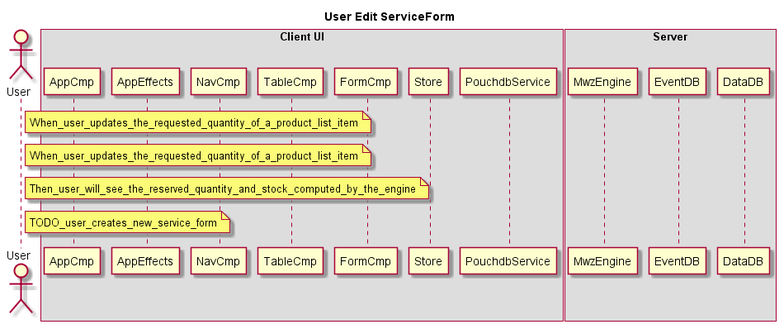
formuladb/poc1 keeps this PlantUML diagram as docs/img/docs/edit_flow.png. Above is the earlier version.
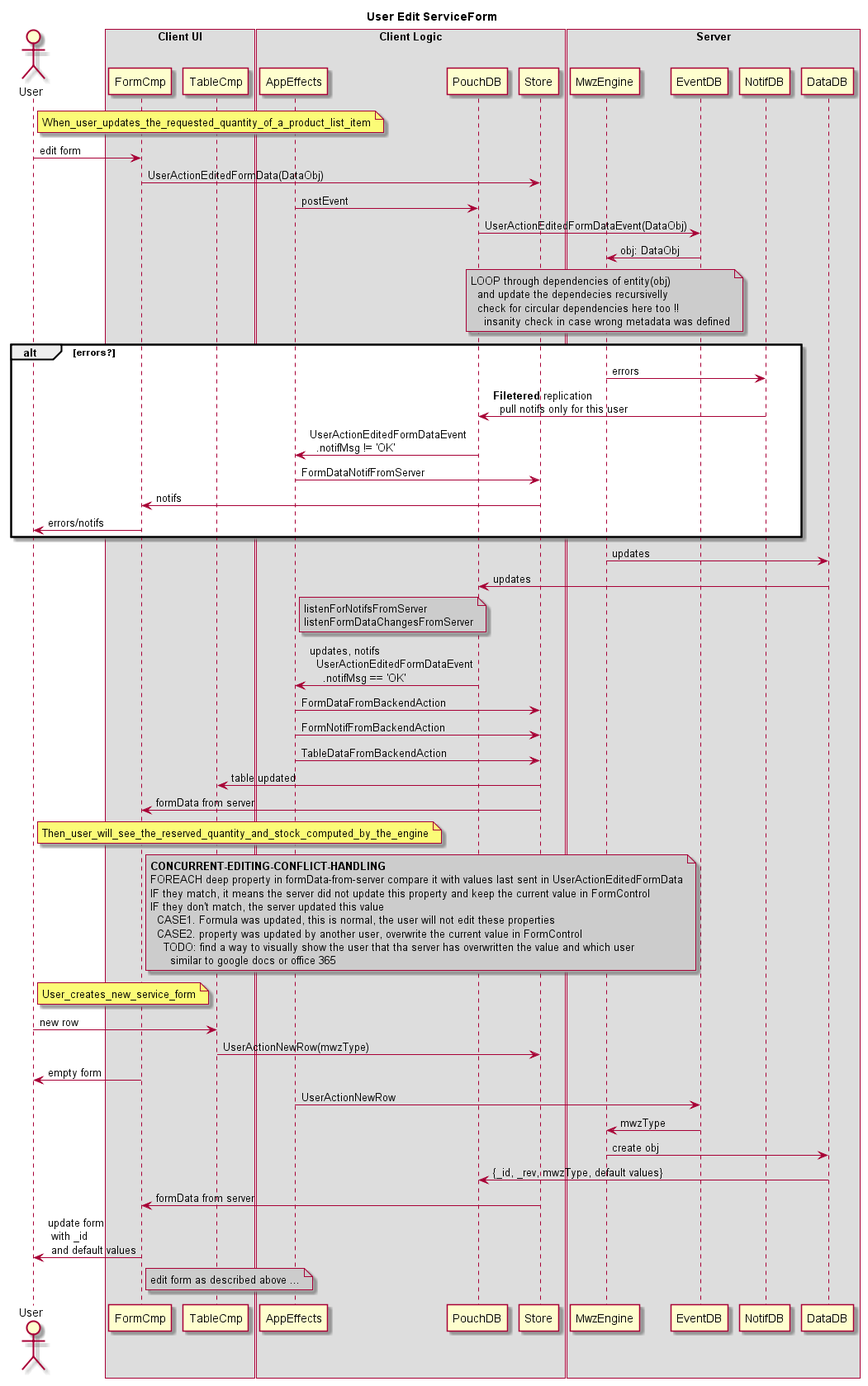
The same file after the commit.

The edit, as a diff of the source:
```diff
@@ -4,23 +4,80 @@
 
 actor User
 box "Client UI"
-    participant AppCmp
+    participant FormCmp
+    participant TableCmp
+end box
+box "Client Logic"
     participant AppEffects
-    participant NavCmp
-    participant TableCmp
-    participant FormCmp
+    participant PouchDB
     participant Store
-    participant PouchdbService
 end box
 box "Server"
     participant MwzEngine
     participant EventDB
+    participant NotifDB
     participant DataDB
 end box
 
 note right of User: When_user_updates_the_requested_quantity_of_a_product_list_item
-note right of User: When_user_updates_the_requested_quantity_of_a_product_list_item
+
+User -> FormCmp: edit form
+FormCmp -> Store: UserActionEditedFormData(DataObj)
+AppEffects -> PouchDB: postEvent
+PouchDB -> EventDB: UserActionEditedFormDataEvent(DataObj)
+MwzEngine <- EventDB: obj: DataObj
+note over MwzEngine #CCCCCC
+LOOP through dependencies of entity(obj)
+  and update the dependecies recursivelly
+  check for circular dependencies here too !!
+    insanity check in case wrong metadata was defined
+end note
+
+alt errors?
+MwzEngine -> NotifDB: errors
+NotifDB -> PouchDB: **Filetered** replication\n  pull notifs only for this user
+AppEffects <- PouchDB: UserActionEditedFormDataEvent\n  .notifMsg != 'OK'
+AppEffects -> Store: FormDataNotifFromServer
+FormCmp <- Store: notifs
+User <- FormCmp: errors/notifs
+end
+
+MwzEngine -> DataDB: updates
+PouchDB <- DataDB: updates
+note right of AppEffects #CCCCCC
+listenForNotifsFromServer
+listenFormDataChangesFromServer
+end note
+AppEffects <- PouchDB: updates, notifs\n  UserActionEditedFormDataEvent\n    .notifMsg == 'OK'
+AppEffects -> Store: FormDataFromBackendAction
+AppEffects -> Store: FormNotifFromBackendAction
+AppEffects -> Store: TableDataFromBackendAction
+TableCmp <- Store: table updated
+FormCmp <- Store: formData from server
+
 note right of User: Then_user_will_see_the_reserved_quantity_and_stock_computed_by_the_engine
-note right of User: TODO_user_creates_new_service_form
+note right of FormCmp #CCCCCC
+**CONCURRENT-EDITING-CONFLICT-HANDLING**
+FOREACH deep property in formData-from-server compare it with values last sent in UserActionEditedFormData
+IF they match, it means the server did not update this property and keep the current value in FormControl
+IF they don't match, the server updated this value
+  CASE1. Formula was updated, this is normal, the user will not edit these properties
+  CASE2. property was updated by another user, overwrite the current value in FormControl
+    TODO: find a way to visually show the user that tha server has overwritten the value and which user
+      similar to google docs or office 365
+end note
+
+note right of User: User_creates_new_service_form
+
+User -> TableCmp: new row
+TableCmp -> Store: UserActionNewRow(mwzType)
+User <- FormCmp: empty form
+AppEffects -> EventDB: UserActionNewRow
+MwzEngine <- EventDB: mwzType
+MwzEngine -> DataDB: create obj
+PouchDB <- DataDB: {_id, _rev, mwzType, default values}
+FormCmp <- Store: formData from server
+User <- FormCmp: update form\n with _id\n and default values
+note right FormCmp #CCCCCC: edit form as described above ...
 
 @enduml
```
